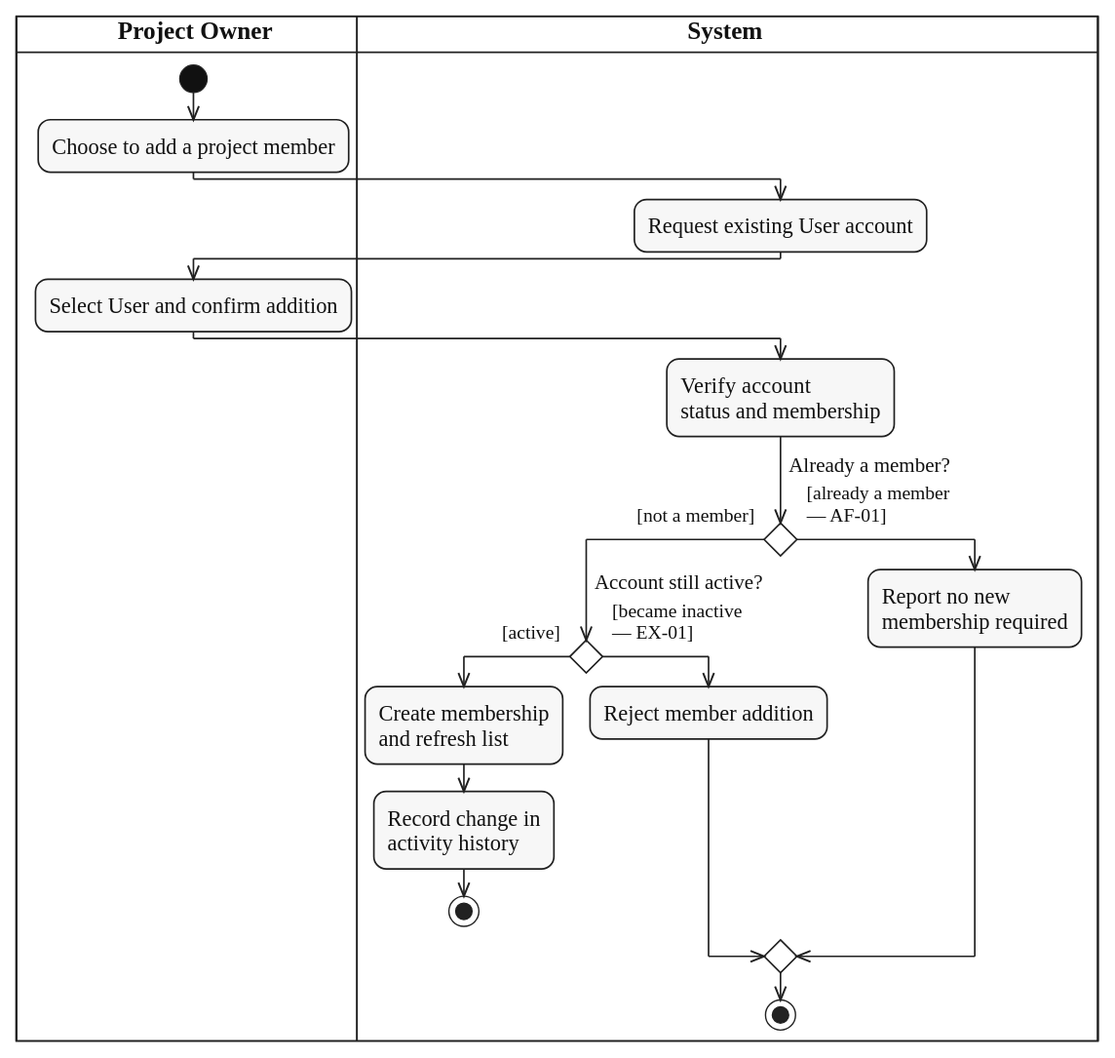
Above: diagrams/activity/project-membership/svg/UC-PROJECT-MEMBER-ADD.svg in lukenab/swd392-doc-automation (PlantUML), before the change. Its source is kept beside it as diagrams/activity/project-membership/source/UC-PROJECT-MEMBER-ADD.puml.
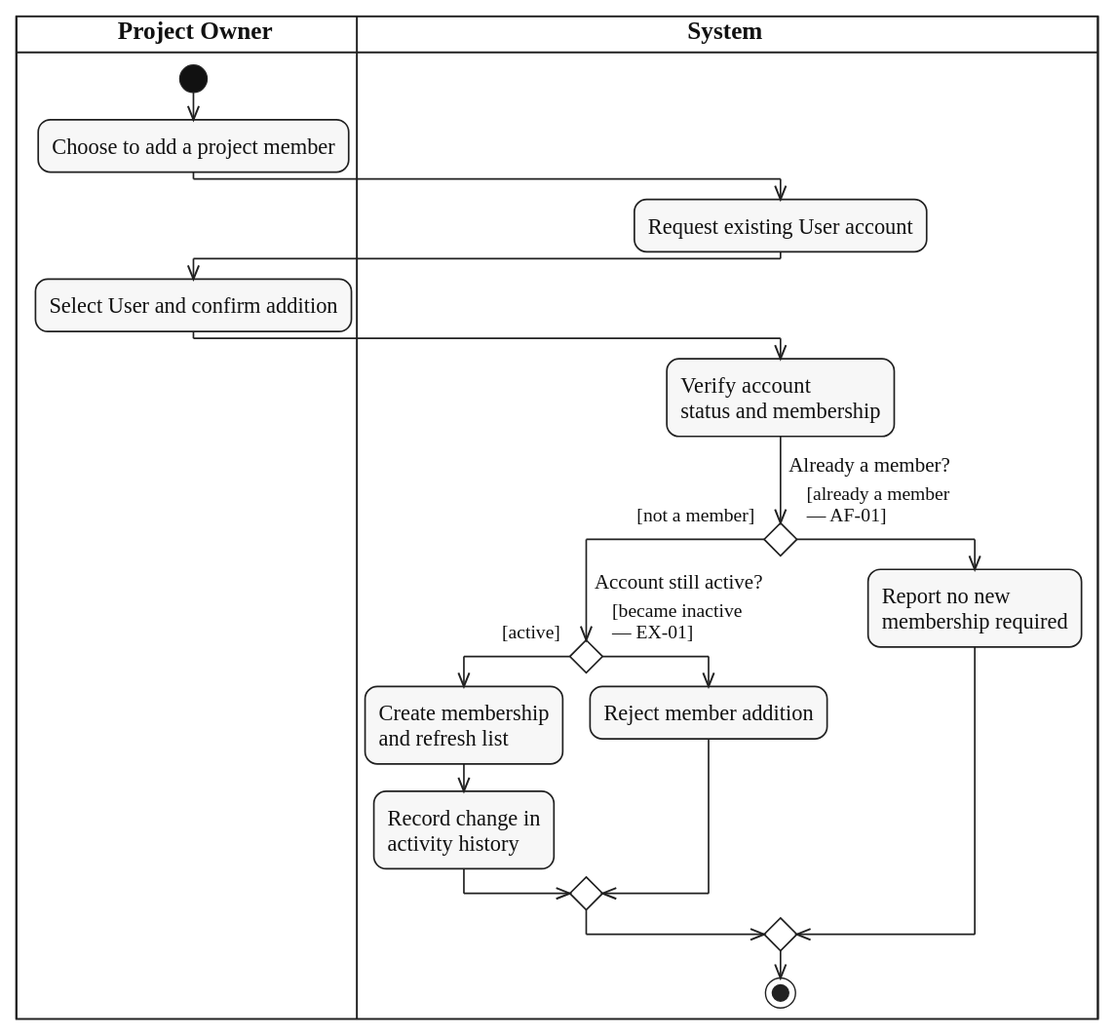
The same file after the commit.

Diff of the diagram source:
```diff
@@ -19,7 +19,6 @@
     and refresh list;
     :Record change in
     activity history;
-    stop
   else ($guard_right("[became inactive", "— EX-01]"))
     :Reject member addition;
   endif
@@ -27,5 +26,6 @@
   :Report no new
   membership required;
 endif
+|SYS|
 stop
 @enduml
```
